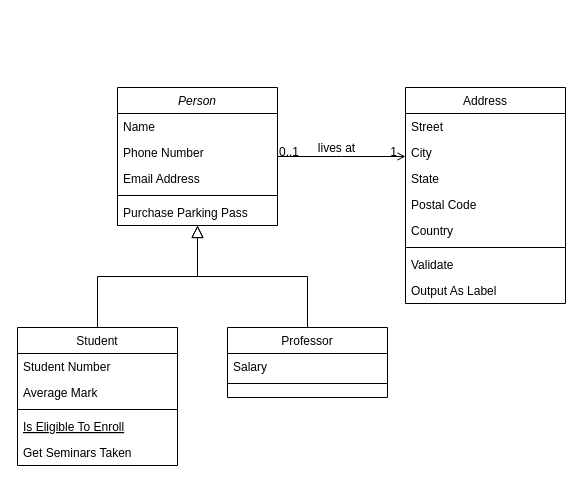
This is model/Untitled Diagram.drawio from MioYvo/ams-modeling, a draw.io file, before an edit. Source tidied: cells renumbered, new cells numbered last; positions are measured from the earlier drawing's top-left corner, leaving out a move shared by most shapes. Both pictures are drawn from the tidied source at 100%, with x=0, y=0 at pixel (17, 87).
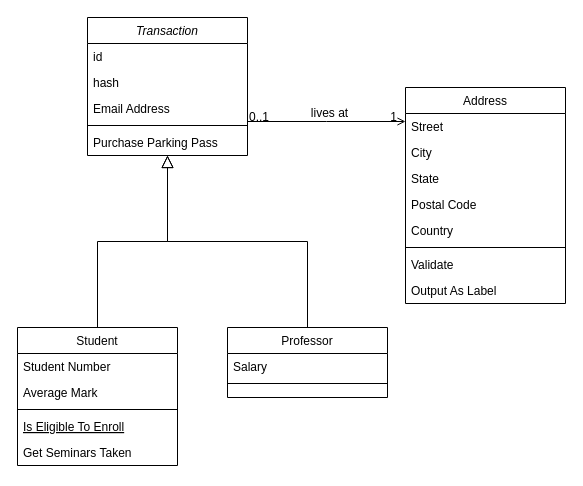
The same page after the edit.

Diff of the diagram source:
```diff
@@
-    <mxCell id="2" value="Person" style="swimlane;fontStyle=2;align=center;verticalAlign=top;horizontal=1;startSize=26;rounded=0;shadow=0;strokeWidth=1;" parent="1" vertex="1">
-      <mxGeometry x="100" width="160" height="138" as="geometry" />
+    <mxCell id="2" value="Transaction" style="swimlane;fontStyle=2;align=center;verticalAlign=top;horizontal=1;startSize=26;rounded=0;shadow=0;strokeWidth=1;" parent="1" vertex="1">
+      <mxGeometry x="70" y="-70" width="160" height="138" as="geometry" />
     </mxCell>
-    <mxCell id="3" value="Name" style="text;align=left;verticalAlign=top;spacingLeft=4;spacingRight=4;overflow=hidden;" parent="2" vertex="1">
+    <mxCell id="3" value="id" style="text;align=left;verticalAlign=top;spacingLeft=4;spacingRight=4;overflow=hidden;" parent="2" vertex="1">
       <mxGeometry y="26" width="160" height="26" as="geometry" />
     </mxCell>
-    <mxCell id="4" value="Phone Number" style="text;align=left;verticalAlign=top;spacingLeft=4;spacingRight=4;overflow=hidden;rounded=0;shadow=0;html=0;" parent="2" vertex="1">
+    <mxCell id="4" value="hash" style="text;align=left;verticalAlign=top;spacingLeft=4;spacingRight=4;overflow=hidden;rounded=0;shadow=0;html=0;" parent="2" vertex="1">
       <mxGeometry y="52" width="160" height="26" as="geometry" />
     </mxCell>
```
